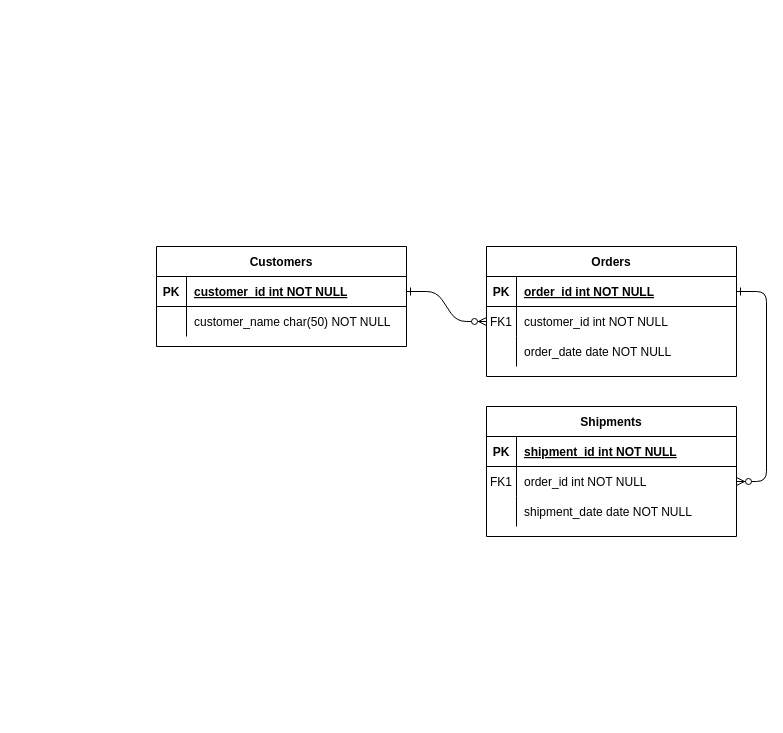
Before: Untitled Diagram.drawio in lidiapopdimitrova/HTML-and-CSS-Mini-Course, a draw.io diagram. Source tidied: cells renumbered, new cells numbered last; positions are measured from the earlier drawing's top-left corner, leaving out a move shared by most shapes. Both pictures are drawn from the tidied source at 100%, with x=0, y=0 at pixel (156, 246).
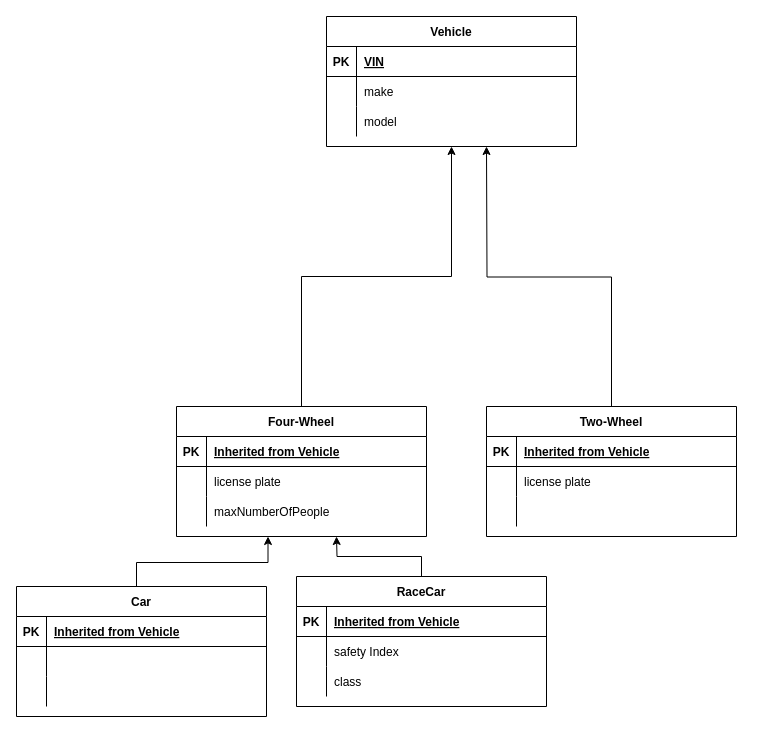
The same page after the edit.

Unchanged cells that the change refers to:
```xml
<mxCell id="5" style="shape=partialRectangle;fillColor=none;points=[[0,0.5],[1,0.5]];portConstraint=eastwest;top=0;left=0;right=0;bottom=1;" parent="4" vertex="1">
  <mxGeometry y="30" width="250" height="30" as="geometry" />
</mxCell>
<mxCell id="8" style="shape=partialRectangle;fillColor=none;points=[[0,0.5],[1,0.5]];portConstraint=eastwest;top=0;left=0;right=0;bottom=0;" parent="4" vertex="1">
  <mxGeometry y="60" width="250" height="30" as="geometry" />
</mxCell>
<mxCell id="11" style="shape=partialRectangle;fillColor=none;top=0;left=0;right=0;bottom=0;" parent="4" vertex="1">
  <mxGeometry y="90" width="250" height="30" as="geometry" />
</mxCell>
<mxCell id="15" style="shape=partialRectangle;fillColor=none;top=0;left=0;right=0;bottom=1;" parent="14" vertex="1">
  <mxGeometry y="30" width="250" height="30" as="geometry" />
</mxCell>
<mxCell id="18" style="shape=partialRectangle;fillColor=none;points=[[0,0.5],[1,0.5]];portConstraint=eastwest;top=0;left=0;right=0;bottom=0;" parent="14" vertex="1">
  <mxGeometry y="60" width="250" height="30" as="geometry" />
</mxCell>
<mxCell id="21" style="shape=partialRectangle;fillColor=none;top=0;left=0;right=0;bottom=0;" parent="14" vertex="1">
  <mxGeometry y="90" width="250" height="30" as="geometry" />
</mxCell>
```

The edit, as a diff of the source:
```diff
@@
-    <mxCell id="2" style="edgeStyle=entityRelationEdgeStyle;endArrow=ERzeroToMany;startArrow=ERone;endFill=1;startFill=0;" parent="1" edge="1" source="25" target="8">
-      <mxGeometry relative="1" as="geometry" />
-    </mxCell>
-    <mxCell id="3" style="edgeStyle=entityRelationEdgeStyle;endArrow=ERzeroToMany;startArrow=ERone;endFill=1;startFill=0;" parent="1" edge="1" source="5" target="18">
-      <mxGeometry relative="1" as="geometry" />
-    </mxCell>
-    <mxCell id="4" value="Orders" style="shape=table;startSize=30;childLayout=tableLayout;rowLines=0;fontStyle=1;align=center;" parent="1" vertex="1">
-      <mxGeometry x="330" width="250" height="130" as="geometry" />
+    <mxCell id="4" value="Vehicle" style="shape=table;startSize=30;childLayout=tableLayout;rowLines=0;fontStyle=1;align=center;" parent="1" vertex="1">
+      <mxGeometry x="170" y="-230" width="250" height="130" as="geometry" />
     </mxCell>
@@
-    <mxCell id="7" value="order_id int NOT NULL " style="shape=partialRectangle;overflow=hidden;fillColor=none;top=0;left=0;bottom=0;right=0;align=left;spacingLeft=6;fontStyle=5;" parent="5" vertex="1">
+    <mxCell id="7" value="VIN" style="shape=partialRectangle;overflow=hidden;fillColor=none;top=0;left=0;bottom=0;right=0;align=left;spacingLeft=6;fontStyle=5;" parent="5" vertex="1">
       <mxGeometry x="30" width="220" height="30" as="geometry" />
     </mxCell>
@@
-    <mxCell id="9" value="FK1" style="shape=partialRectangle;overflow=hidden;fillColor=none;top=0;left=0;bottom=0;right=0;" parent="8" vertex="1">
+    <mxCell id="9" style="shape=partialRectangle;overflow=hidden;fillColor=none;top=0;left=0;bottom=0;right=0;" parent="8" vertex="1">
       <mxGeometry width="30" height="30" as="geometry" />
     </mxCell>
-    <mxCell id="10" value="customer_id int NOT NULL" style="shape=partialRectangle;overflow=hidden;fillColor=none;top=0;left=0;bottom=0;right=0;align=left;spacingLeft=6;" parent="8" vertex="1">
+    <mxCell id="10" value="make" style="shape=partialRectangle;overflow=hidden;fillColor=none;top=0;left=0;bottom=0;right=0;align=left;spacingLeft=6;" parent="8" vertex="1">
       <mxGeometry x="30" width="220" height="30" as="geometry" />
     </mxCell>
@@
-    <mxCell id="13" value="order_date date NOT NULL" style="shape=partialRectangle;overflow=hidden;fillColor=none;top=0;left=0;bottom=0;right=0;align=left;spacingLeft=6;" parent="11" vertex="1">
+    <mxCell id="13" value="model" style="shape=partialRectangle;overflow=hidden;fillColor=none;top=0;left=0;bottom=0;right=0;align=left;spacingLeft=6;" parent="11" vertex="1">
       <mxGeometry x="30" width="220" height="30" as="geometry" />
     </mxCell>
+    <mxCell id="31" style="edgeStyle=orthogonalEdgeStyle;rounded=0;jettySize=auto;html=1;" parent="1" edge="1" source="14">
+      <mxGeometry relative="1" as="geometry">
+        <mxPoint x="330" y="-100" as="targetPoint" />
+      </mxGeometry>
+    </mxCell>
-    <mxCell id="14" value="Shipments" style="shape=table;startSize=30;childLayout=tableLayout;rowLines=0;fontStyle=1;align=center;" parent="1" vertex="1">
+    <mxCell id="14" value="Two-Wheel" style="shape=table;startSize=30;childLayout=tableLayout;rowLines=0;fontStyle=1;align=center;" parent="1" vertex="1">
       <mxGeometry x="330" y="160" width="250" height="130" as="geometry" />
     </mxCell>
@@
-    <mxCell id="17" value="shipment_id int NOT NULL " style="shape=partialRectangle;overflow=hidden;fillColor=none;top=0;left=0;bottom=0;right=0;align=left;spacingLeft=6;fontStyle=5;" parent="15" vertex="1">
+    <mxCell id="17" value="Inherited from Vehicle" style="shape=partialRectangle;overflow=hidden;fillColor=none;top=0;left=0;bottom=0;right=0;align=left;spacingLeft=6;fontStyle=5;" parent="15" vertex="1">
       <mxGeometry x="30" width="220" height="30" as="geometry" />
     </mxCell>
@@
-    <mxCell id="19" value="FK1" style="shape=partialRectangle;overflow=hidden;fillColor=none;top=0;left=0;bottom=0;right=0;" parent="18" vertex="1">
+    <mxCell id="19" style="shape=partialRectangle;overflow=hidden;fillColor=none;top=0;left=0;bottom=0;right=0;" parent="18" vertex="1">
       <mxGeometry width="30" height="30" as="geometry" />
     </mxCell>
-    <mxCell id="20" value="order_id int NOT NULL" style="shape=partialRectangle;overflow=hidden;fillColor=none;top=0;left=0;bottom=0;right=0;align=left;spacingLeft=6;" parent="18" vertex="1">
+    <mxCell id="20" value="license plate" style="shape=partialRectangle;overflow=hidden;fillColor=none;top=0;left=0;bottom=0;right=0;align=left;spacingLeft=6;" parent="18" vertex="1">
       <mxGeometry x="30" width="220" height="30" as="geometry" />
     </mxCell>
@@
-    <mxCell id="23" value="shipment_date date NOT NULL" style="shape=partialRectangle;overflow=hidden;fillColor=none;top=0;left=0;bottom=0;right=0;align=left;spacingLeft=6;" parent="21" vertex="1">
+    <mxCell id="23" style="shape=partialRectangle;overflow=hidden;fillColor=none;top=0;left=0;bottom=0;right=0;align=left;spacingLeft=6;" parent="21" vertex="1">
       <mxGeometry x="30" width="220" height="30" as="geometry" />
     </mxCell>
-    <mxCell id="24" value="Customers" style="shape=table;startSize=30;childLayout=tableLayout;rowLines=0;fontStyle=1;align=center;" parent="1" vertex="1">
-      <mxGeometry width="250" height="100" as="geometry" />
-    </mxCell>
-    <mxCell id="25" style="shape=partialRectangle;fillColor=none;points=[[0,0.5],[1,0.5]];portConstraint=eastwest;top=0;left=0;right=0;bottom=1;" parent="24" vertex="1">
-      <mxGeometry y="30" width="250" height="30" as="geometry" />
-    </mxCell>
-    <mxCell id="26" value="PK" style="shape=partialRectangle;overflow=hidden;fillColor=none;top=0;left=0;bottom=0;right=0;fontStyle=1;" parent="25" vertex="1">
-      <mxGeometry width="30" height="30" as="geometry" />
-    </mxCell>
-    <mxCell id="27" value="customer_id int NOT NULL " style="shape=partialRectangle;overflow=hidden;fillColor=none;top=0;left=0;bottom=0;right=0;align=left;spacingLeft=6;fontStyle=5;" parent="25" vertex="1">
-      <mxGeometry x="30" width="220" height="30" as="geometry" />
-    </mxCell>
-    <mxCell id="28" style="shape=partialRectangle;fillColor=none;top=0;left=0;right=0;bottom=0;" parent="24" vertex="1">
-      <mxGeometry y="60" width="250" height="30" as="geometry" />
-    </mxCell>
-    <mxCell id="29" style="shape=partialRectangle;overflow=hidden;fillColor=none;top=0;left=0;bottom=0;right=0;" parent="28" vertex="1">
-      <mxGeometry width="30" height="30" as="geometry" />
-    </mxCell>
-    <mxCell id="30" value="customer_name char(50) NOT NULL" style="shape=partialRectangle;overflow=hidden;fillColor=none;top=0;left=0;bottom=0;right=0;align=left;spacingLeft=6;" parent="28" vertex="1">
-      <mxGeometry x="30" width="220" height="30" as="geometry" />
-    </mxCell>
+    <mxCell id="32" style="edgeStyle=orthogonalEdgeStyle;rounded=0;jettySize=auto;html=1;entryX=0.5;entryY=1;entryDx=0;entryDy=0;" parent="1" edge="1" source="33" target="4">
+      <mxGeometry relative="1" as="geometry" />
+    </mxCell>
+    <mxCell id="33" value="Four-Wheel" style="shape=table;startSize=30;childLayout=tableLayout;rowLines=0;fontStyle=1;align=center;" parent="1" vertex="1">
+      <mxGeometry x="20" y="160" width="250" height="130" as="geometry" />
+    </mxCell>
+    <mxCell id="34" style="shape=partialRectangle;fillColor=none;top=0;left=0;right=0;bottom=1;" parent="33" vertex="1">
+      <mxGeometry y="30" width="250" height="30" as="geometry" />
+    </mxCell>
+    <mxCell id="35" value="PK" style="shape=partialRectangle;overflow=hidden;fillColor=none;top=0;left=0;bottom=0;right=0;fontStyle=1;" parent="34" vertex="1">
+      <mxGeometry width="30" height="30" as="geometry" />
+    </mxCell>
+    <mxCell id="36" value="Inherited from Vehicle" style="shape=partialRectangle;overflow=hidden;fillColor=none;top=0;left=0;bottom=0;right=0;align=left;spacingLeft=6;fontStyle=5;" parent="34" vertex="1">
+      <mxGeometry x="30" width="220" height="30" as="geometry" />
+    </mxCell>
+    <mxCell id="37" style="shape=partialRectangle;fillColor=none;top=0;left=0;right=0;bottom=0;" parent="33" vertex="1">
+      <mxGeometry y="60" width="250" height="30" as="geometry" />
+    </mxCell>
+    <mxCell id="38" style="shape=partialRectangle;overflow=hidden;fillColor=none;top=0;left=0;bottom=0;right=0;" parent="37" vertex="1">
+      <mxGeometry width="30" height="30" as="geometry" />
+    </mxCell>
+    <mxCell id="39" value="license plate" style="shape=partialRectangle;overflow=hidden;fillColor=none;top=0;left=0;bottom=0;right=0;align=left;spacingLeft=6;" parent="37" vertex="1">
+      <mxGeometry x="30" width="220" height="30" as="geometry" />
+    </mxCell>
+    <mxCell id="40" style="shape=partialRectangle;fillColor=none;top=0;left=0;right=0;bottom=0;" parent="33" vertex="1">
+      <mxGeometry y="90" width="250" height="30" as="geometry" />
+    </mxCell>
+    <mxCell id="41" style="shape=partialRectangle;overflow=hidden;fillColor=none;top=0;left=0;bottom=0;right=0;" parent="40" vertex="1">
+      <mxGeometry width="30" height="30" as="geometry" />
+    </mxCell>
+    <mxCell id="42" value="maxNumberOfPeople" style="shape=partialRectangle;overflow=hidden;fillColor=none;top=0;left=0;bottom=0;right=0;align=left;spacingLeft=6;" parent="40" vertex="1">
+      <mxGeometry x="30" width="220" height="30" as="geometry" />
+    </mxCell>
+    <mxCell id="43" style="edgeStyle=orthogonalEdgeStyle;rounded=0;jettySize=auto;html=1;" parent="1" edge="1" source="44">
+      <mxGeometry relative="1" as="geometry">
+        <mxPoint x="111.5" y="290" as="targetPoint" />
+        <Array as="points">
+          <mxPoint x="-20" y="316" />
+          <mxPoint x="112" y="316" />
+        </Array>
+      </mxGeometry>
+    </mxCell>
+    <mxCell id="44" value="Car" style="shape=table;startSize=30;childLayout=tableLayout;rowLines=0;fontStyle=1;align=center;" parent="1" vertex="1">
+      <mxGeometry x="-140" y="340" width="250" height="130" as="geometry" />
+    </mxCell>
+    <mxCell id="45" style="shape=partialRectangle;fillColor=none;top=0;left=0;right=0;bottom=1;" parent="44" vertex="1">
+      <mxGeometry y="30" width="250" height="30" as="geometry" />
+    </mxCell>
+    <mxCell id="46" value="PK" style="shape=partialRectangle;overflow=hidden;fillColor=none;top=0;left=0;bottom=0;right=0;fontStyle=1;" parent="45" vertex="1">
+      <mxGeometry width="30" height="30" as="geometry" />
+    </mxCell>
+    <mxCell id="47" value="Inherited from Vehicle" style="shape=partialRectangle;overflow=hidden;fillColor=none;top=0;left=0;bottom=0;right=0;align=left;spacingLeft=6;fontStyle=5;" parent="45" vertex="1">
+      <mxGeometry x="30" width="220" height="30" as="geometry" />
+    </mxCell>
+    <mxCell id="48" style="shape=partialRectangle;fillColor=none;top=0;left=0;right=0;bottom=0;" parent="44" vertex="1">
+      <mxGeometry y="60" width="250" height="30" as="geometry" />
+    </mxCell>
+    <mxCell id="49" style="shape=partialRectangle;overflow=hidden;fillColor=none;top=0;left=0;bottom=0;right=0;" parent="48" vertex="1">
+      <mxGeometry width="30" height="30" as="geometry" />
+    </mxCell>
+    <mxCell id="50" style="shape=partialRectangle;overflow=hidden;fillColor=none;top=0;left=0;bottom=0;right=0;align=left;spacingLeft=6;" parent="48" vertex="1">
+      <mxGeometry x="30" width="220" height="30" as="geometry" />
+    </mxCell>
+    <mxCell id="51" style="shape=partialRectangle;fillColor=none;top=0;left=0;right=0;bottom=0;" parent="44" vertex="1">
+      <mxGeometry y="90" width="250" height="30" as="geometry" />
+    </mxCell>
+    <mxCell id="52" style="shape=partialRectangle;overflow=hidden;fillColor=none;top=0;left=0;bottom=0;right=0;" parent="51" vertex="1">
+      <mxGeometry width="30" height="30" as="geometry" />
+    </mxCell>
+    <mxCell id="53" style="shape=partialRectangle;overflow=hidden;fillColor=none;top=0;left=0;bottom=0;right=0;align=left;spacingLeft=6;" parent="51" vertex="1">
+      <mxGeometry x="30" width="220" height="30" as="geometry" />
+    </mxCell>
+    <mxCell id="54" style="edgeStyle=orthogonalEdgeStyle;rounded=0;jettySize=auto;html=1;exitX=0.5;exitY=0;exitDx=0;exitDy=0;" parent="1" edge="1" source="55">
+      <mxGeometry relative="1" as="geometry">
+        <mxPoint x="180" y="290" as="targetPoint" />
+      </mxGeometry>
+    </mxCell>
+    <mxCell id="55" value="RaceCar" style="shape=table;startSize=30;childLayout=tableLayout;rowLines=0;fontStyle=1;align=center;" parent="1" vertex="1">
+      <mxGeometry x="140" y="330" width="250" height="130" as="geometry" />
+    </mxCell>
+    <mxCell id="56" style="shape=partialRectangle;fillColor=none;top=0;left=0;right=0;bottom=1;" parent="55" vertex="1">
+      <mxGeometry y="30" width="250" height="30" as="geometry" />
+    </mxCell>
+    <mxCell id="57" value="PK" style="shape=partialRectangle;overflow=hidden;fillColor=none;top=0;left=0;bottom=0;right=0;fontStyle=1;" parent="56" vertex="1">
+      <mxGeometry width="30" height="30" as="geometry" />
+    </mxCell>
+    <mxCell id="58" value="Inherited from Vehicle" style="shape=partialRectangle;overflow=hidden;fillColor=none;top=0;left=0;bottom=0;right=0;align=left;spacingLeft=6;fontStyle=5;" parent="56" vertex="1">
+      <mxGeometry x="30" width="220" height="30" as="geometry" />
+    </mxCell>
+    <mxCell id="59" style="shape=partialRectangle;fillColor=none;top=0;left=0;right=0;bottom=0;" parent="55" vertex="1">
+      <mxGeometry y="60" width="250" height="30" as="geometry" />
+    </mxCell>
+    <mxCell id="60" style="shape=partialRectangle;overflow=hidden;fillColor=none;top=0;left=0;bottom=0;right=0;" parent="59" vertex="1">
+      <mxGeometry width="30" height="30" as="geometry" />
+    </mxCell>
+    <mxCell id="61" value="safety Index" style="shape=partialRectangle;overflow=hidden;fillColor=none;top=0;left=0;bottom=0;right=0;align=left;spacingLeft=6;" parent="59" vertex="1">
+      <mxGeometry x="30" width="220" height="30" as="geometry" />
+    </mxCell>
+    <mxCell id="62" style="shape=partialRectangle;fillColor=none;top=0;left=0;right=0;bottom=0;" parent="55" vertex="1">
+      <mxGeometry y="90" width="250" height="30" as="geometry" />
+    </mxCell>
+    <mxCell id="63" style="shape=partialRectangle;overflow=hidden;fillColor=none;top=0;left=0;bottom=0;right=0;" parent="62" vertex="1">
+      <mxGeometry width="30" height="30" as="geometry" />
+    </mxCell>
+    <mxCell id="64" value="class" style="shape=partialRectangle;overflow=hidden;fillColor=none;top=0;left=0;bottom=0;right=0;align=left;spacingLeft=6;" parent="62" vertex="1">
+      <mxGeometry x="30" width="220" height="30" as="geometry" />
+    </mxCell>
```
